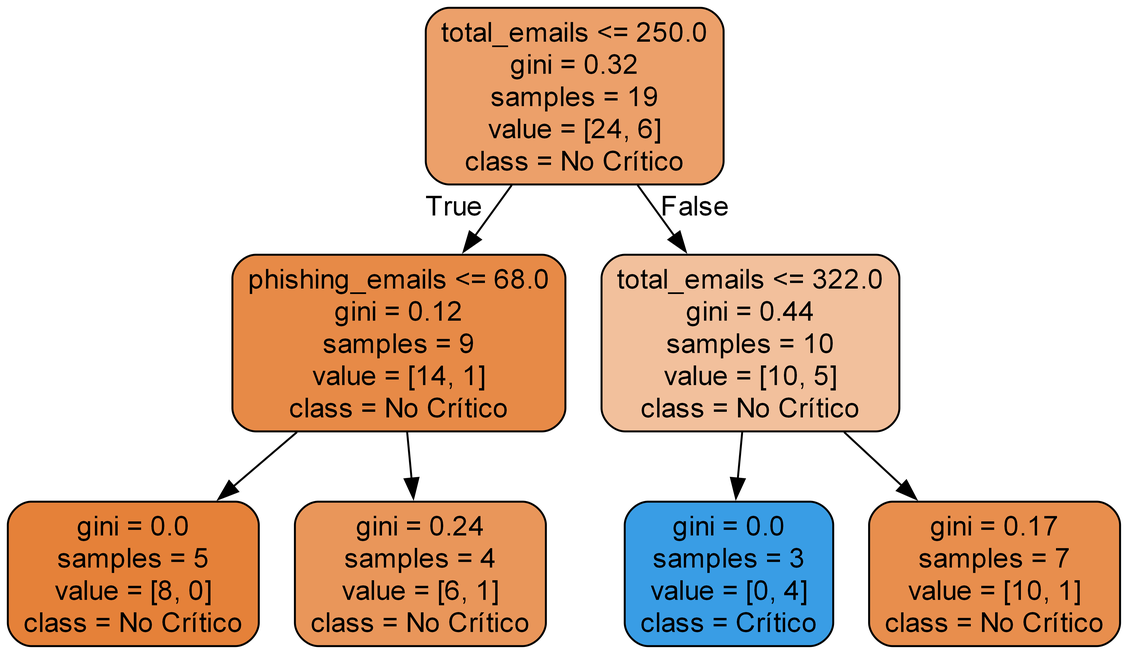
adrianAntonP/practica2-SI keeps this Graphviz diagram as tree_1.png. Above is the earlier version. Its source is kept beside it as tree_1.dot. Source of this version:
```dot
digraph Tree {
node [shape=box, style="filled, rounded", color="black", fontname="helvetica"] ;
edge [fontname="helvetica"] ;
0 [label="total_emails <= 250.0\ngini = 0.32\nsamples = 19\nvalue = [24, 6]\nclass = No Crítico", fillcolor="#eca06a"] ;
1 [label="phishing_emails <= 68.0\ngini = 0.12\nsamples = 9\nvalue = [14, 1]\nclass = No Crítico", fillcolor="#e78a47"] ;
0 -> 1 [labeldistance=2.5, labelangle=45, headlabel="True"] ;
2 [label="gini = 0.0\nsamples = 5\nvalue = [8, 0]\nclass = No Crítico", fillcolor="#e58139"] ;
1 -> 2 ;
3 [label="gini = 0.24\nsamples = 4\nvalue = [6, 1]\nclass = No Crítico", fillcolor="#e9965a"] ;
1 -> 3 ;
4 [label="total_emails <= 322.0\ngini = 0.44\nsamples = 10\nvalue = [10, 5]\nclass = No Crítico", fillcolor="#f2c09c"] ;
0 -> 4 [labeldistance=2.5, labelangle=-45, headlabel="False"] ;
5 [label="gini = 0.0\nsamples = 3\nvalue = [0, 4]\nclass = Crítico", fillcolor="#399de5"] ;
4 -> 5 ;
6 [label="gini = 0.17\nsamples = 7\nvalue = [10, 1]\nclass = No Crítico", fillcolor="#e88e4d"] ;
4 -> 6 ;
}
```
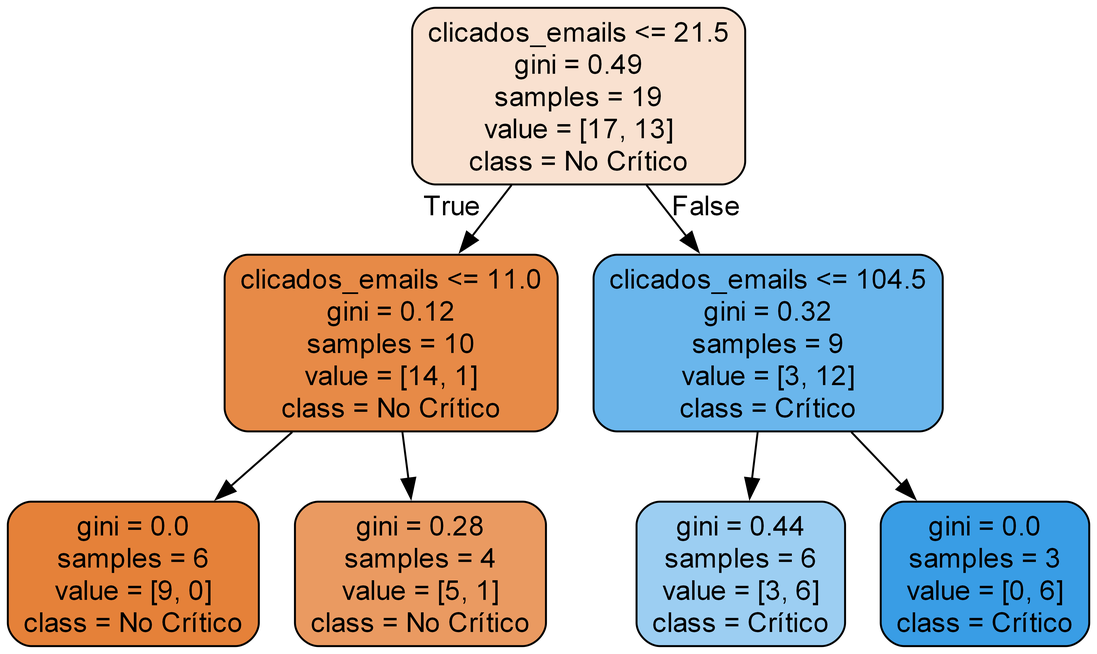
After the commit.

Diff of the diagram source:
```diff
@@ -1,17 +1,17 @@
 digraph Tree {
 node [shape=box, style="filled, rounded", color="black", fontname="helvetica"] ;
 edge [fontname="helvetica"] ;
-0 [label="total_emails <= 250.0\ngini = 0.32\nsamples = 19\nvalue = [24, 6]\nclass = No Crítico", fillcolor="#eca06a"] ;
-1 [label="phishing_emails <= 68.0\ngini = 0.12\nsamples = 9\nvalue = [14, 1]\nclass = No Crítico", fillcolor="#e78a47"] ;
+0 [label="clicados_emails <= 21.5\ngini = 0.49\nsamples = 19\nvalue = [17, 13]\nclass = No Crítico", fillcolor="#f9e1d0"] ;
+1 [label="clicados_emails <= 11.0\ngini = 0.12\nsamples = 10\nvalue = [14, 1]\nclass = No Crítico", fillcolor="#e78a47"] ;
 0 -> 1 [labeldistance=2.5, labelangle=45, headlabel="True"] ;
-2 [label="gini = 0.0\nsamples = 5\nvalue = [8, 0]\nclass = No Crítico", fillcolor="#e58139"] ;
+2 [label="gini = 0.0\nsamples = 6\nvalue = [9, 0]\nclass = No Crítico", fillcolor="#e58139"] ;
 1 -> 2 ;
-3 [label="gini = 0.24\nsamples = 4\nvalue = [6, 1]\nclass = No Crítico", fillcolor="#e9965a"] ;
+3 [label="gini = 0.28\nsamples = 4\nvalue = [5, 1]\nclass = No Crítico", fillcolor="#ea9a61"] ;
 1 -> 3 ;
-4 [label="total_emails <= 322.0\ngini = 0.44\nsamples = 10\nvalue = [10, 5]\nclass = No Crítico", fillcolor="#f2c09c"] ;
+4 [label="clicados_emails <= 104.5\ngini = 0.32\nsamples = 9\nvalue = [3, 12]\nclass = Crítico", fillcolor="#6ab6ec"] ;
 0 -> 4 [labeldistance=2.5, labelangle=-45, headlabel="False"] ;
-5 [label="gini = 0.0\nsamples = 3\nvalue = [0, 4]\nclass = Crítico", fillcolor="#399de5"] ;
+5 [label="gini = 0.44\nsamples = 6\nvalue = [3, 6]\nclass = Crítico", fillcolor="#9ccef2"] ;
 4 -> 5 ;
-6 [label="gini = 0.17\nsamples = 7\nvalue = [10, 1]\nclass = No Crítico", fillcolor="#e88e4d"] ;
+6 [label="gini = 0.0\nsamples = 3\nvalue = [0, 6]\nclass = Crítico", fillcolor="#399de5"] ;
 4 -> 6 ;
 }
```
